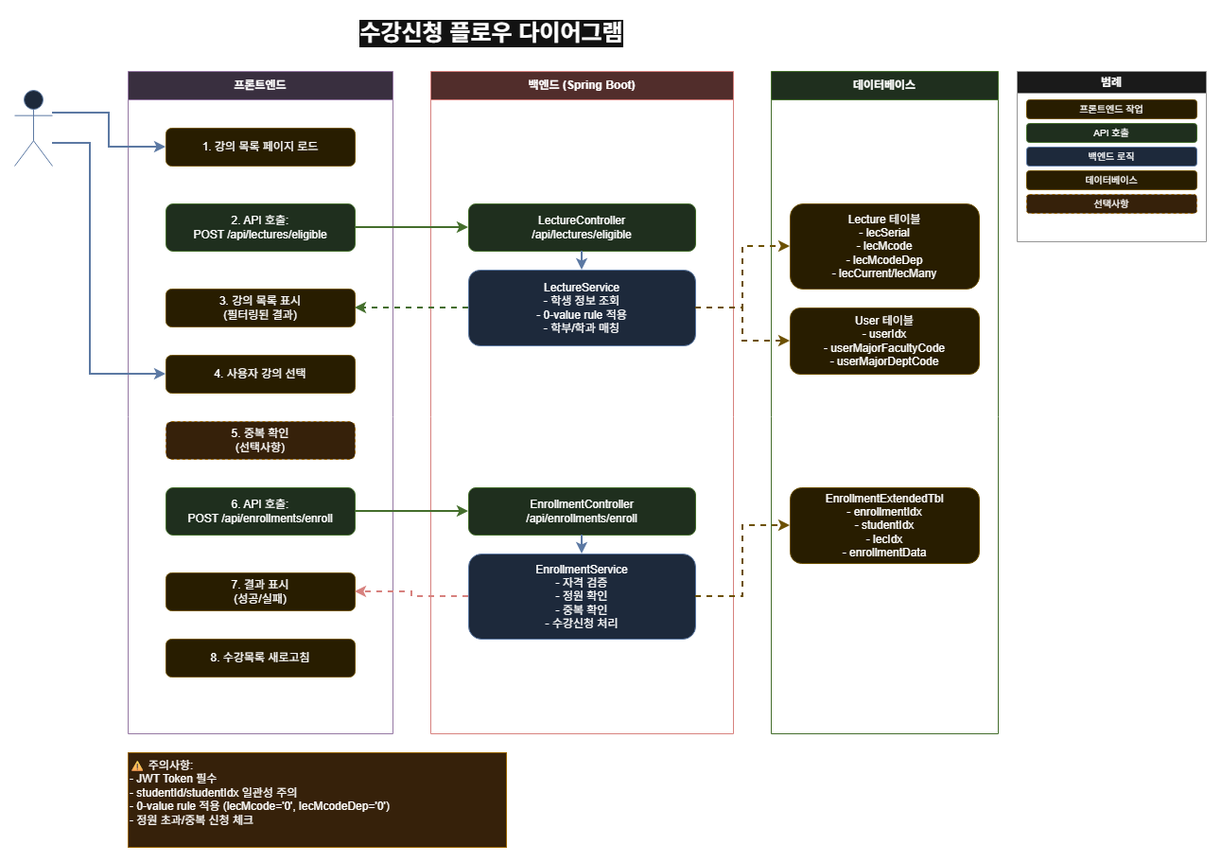
hooting76/blue-crab-lms keeps this draw.io diagram as backend/BlueCrab/docs/강의관련기능/수강신청/다이어그램/04-ENROLLMENT-FLOW.drawio.png. Above is the earlier version. Source tidied: cells renumbered, new cells last; positions are measured from the earlier drawing's top-left corner, leaving out a move shared by most shapes.
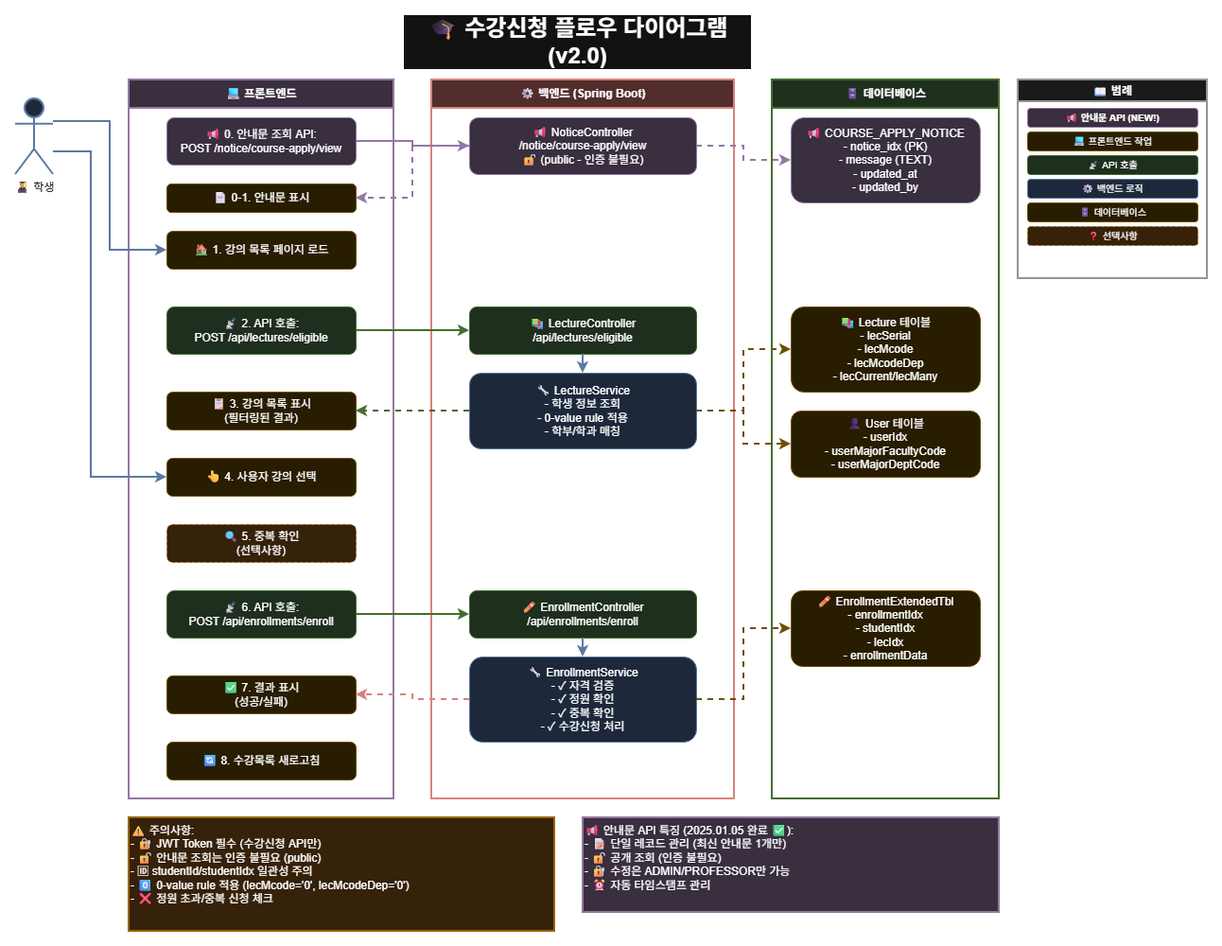
The same file after the commit.

Diff of the diagram source:
```diff
@@ -2,66 +2,87 @@
   <root>
     <mxCell id="0" />
     <mxCell id="1" parent="0" />
-    <mxCell id="2" value="수강신청 플로우 다이어그램" style="text;html=1;strokeColor=none;fillColor=none;align=center;verticalAlign=middle;whiteSpace=wrap;rounded=0;fontSize=24;fontStyle=1;labelBackgroundColor=default;" parent="1" vertex="1">
-      <mxGeometry x="320" width="369" height="40" as="geometry" />
+    <mxCell id="2" value="🎓 수강신청 플로우 다이어그램 (v2.0)" style="text;html=1;strokeColor=none;fillColor=none;align=center;verticalAlign=middle;whiteSpace=wrap;rounded=0;fontSize=24;fontStyle=1;labelBackgroundColor=default;" parent="1" vertex="1">
+      <mxGeometry x="410" width="369" height="40" as="geometry" />
     </mxCell>
-    <mxCell id="3" value="학생" style="shape=umlActor;verticalLabelPosition=bottom;verticalAlign=top;html=1;outlineConnect=0;fillColor=#dae8fc;strokeColor=#6c8ebf;" parent="1" vertex="1">
+    <mxCell id="3" value="👨‍🎓 학생" style="shape=umlActor;verticalLabelPosition=bottom;verticalAlign=top;html=1;outlineConnect=0;fillColor=#dae8fc;strokeColor=#6c8ebf;strokeWidth=2;fontColor=light-dark(#000000,#000000);" parent="1" vertex="1">
       <mxGeometry y="80" width="40" height="80" as="geometry" />
     </mxCell>
-    <mxCell id="4" value="프론트엔드" style="swimlane;whiteSpace=wrap;html=1;fillColor=#e1d5e7;strokeColor=#9673a6;startSize=30;" parent="1" vertex="1">
-      <mxGeometry x="120" y="60" width="280" height="700" as="geometry" />
+    <mxCell id="4" value="💻 프론트엔드" style="swimlane;whiteSpace=wrap;html=1;fillColor=#e1d5e7;strokeColor=#9673a6;startSize=30;strokeWidth=2;" parent="1" vertex="1">
+      <mxGeometry x="120" y="60" width="280" height="760" as="geometry" />
     </mxCell>
+    <mxCell id="40" value="📢 0. 안내문 조회 API:&#10;POST /notice/course-apply/view" style="rounded=1;whiteSpace=wrap;html=1;fillColor=#e1d5e7;strokeColor=#9673a6;" parent="4" vertex="1">
+      <mxGeometry x="40" y="40" width="200" height="50" as="geometry" />
+    </mxCell>
+    <mxCell id="41" value="📄 0-1. 안내문 표시" style="rounded=1;whiteSpace=wrap;html=1;fillColor=#fff2cc;strokeColor=#d6b656;" parent="4" vertex="1">
+      <mxGeometry x="40" y="110" width="200" height="30" as="geometry" />
+    </mxCell>
-    <mxCell id="5" value="1. 강의 목록 페이지 로드" style="rounded=1;whiteSpace=wrap;html=1;fillColor=#fff2cc;strokeColor=#d6b656;" parent="4" vertex="1">
-      <mxGeometry x="40" y="60" width="200" height="40" as="geometry" />
+    <mxCell id="5" value="🏠 1. 강의 목록 페이지 로드" style="rounded=1;whiteSpace=wrap;html=1;fillColor=#fff2cc;strokeColor=#d6b656;" parent="4" vertex="1">
+      <mxGeometry x="40" y="160" width="200" height="40" as="geometry" />
     </mxCell>
-    <mxCell id="6" value="2. API 호출:&#10;POST /api/lectures/eligible" style="rounded=1;whiteSpace=wrap;html=1;fillColor=#d5e8d4;strokeColor=#82b366;" parent="4" vertex="1">
-      <mxGeometry x="40" y="140" width="200" height="50" as="geometry" />
+    <mxCell id="6" value="📡 2. API 호출:&#10;POST /api/lectures/eligible" style="rounded=1;whiteSpace=wrap;html=1;fillColor=#d5e8d4;strokeColor=#82b366;" parent="4" vertex="1">
+      <mxGeometry x="40" y="240" width="200" height="50" as="geometry" />
     </mxCell>
-    <mxCell id="7" value="3. 강의 목록 표시&#10;(필터링된 결과)" style="rounded=1;whiteSpace=wrap;html=1;fillColor=#fff2cc;strokeColor=#d6b656;" parent="4" vertex="1">
-      <mxGeometry x="40" y="230" width="200" height="40" as="geometry" />
+    <mxCell id="7" value="📋 3. 강의 목록 표시&#10;(필터링된 결과)" style="rounded=1;whiteSpace=wrap;html=1;fillColor=#fff2cc;strokeColor=#d6b656;" parent="4" vertex="1">
+      <mxGeometry x="40" y="330" width="200" height="40" as="geometry" />
     </mxCell>
-    <mxCell id="8" value="4. 사용자 강의 선택" style="rounded=1;whiteSpace=wrap;html=1;fillColor=#fff2cc;strokeColor=#d6b656;" parent="4" vertex="1">
-      <mxGeometry x="40" y="300" width="200" height="40" as="geometry" />
+    <mxCell id="8" value="👆 4. 사용자 강의 선택" style="rounded=1;whiteSpace=wrap;html=1;fillColor=#fff2cc;strokeColor=#d6b656;" parent="4" vertex="1">
+      <mxGeometry x="40" y="400" width="200" height="40" as="geometry" />
     </mxCell>
-    <mxCell id="9" value="5. 중복 확인&#10;(선택사항)" style="rounded=1;whiteSpace=wrap;html=1;fillColor=#ffe6cc;strokeColor=#d79b00;dashed=1;" parent="4" vertex="1">
-      <mxGeometry x="40" y="370" width="200" height="40" as="geometry" />
+    <mxCell id="9" value="🔍 5. 중복 확인&#10;(선택사항)" style="rounded=1;whiteSpace=wrap;html=1;fillColor=#ffe6cc;strokeColor=#d79b00;dashed=1;" parent="4" vertex="1">
+      <mxGeometry x="40" y="470" width="200" height="40" as="geometry" />
     </mxCell>
-    <mxCell id="10" value="6. API 호출:&#10;POST /api/enrollments/enroll" style="rounded=1;whiteSpace=wrap;html=1;fillColor=#d5e8d4;strokeColor=#82b366;" parent="4" vertex="1">
-      <mxGeometry x="40" y="440" width="200" height="50" as="geometry" />
+    <mxCell id="10" value="📡 6. API 호출:&#10;POST /api/enrollments/enroll" style="rounded=1;whiteSpace=wrap;html=1;fillColor=#d5e8d4;strokeColor=#82b366;" parent="4" vertex="1">
+      <mxGeometry x="40" y="540" width="200" height="50" as="geometry" />
     </mxCell>
-    <mxCell id="11" value="7. 결과 표시&#10;(성공/실패)" style="rounded=1;whiteSpace=wrap;html=1;fillColor=#fff2cc;strokeColor=#d6b656;" parent="4" vertex="1">
-      <mxGeometry x="40" y="530" width="200" height="40" as="geometry" />
+    <mxCell id="11" value="✅ 7. 결과 표시&#10;(성공/실패)" style="rounded=1;whiteSpace=wrap;html=1;fillColor=#fff2cc;strokeColor=#d6b656;" parent="4" vertex="1">
+      <mxGeometry x="40" y="630" width="200" height="40" as="geometry" />
     </mxCell>
-    <mxCell id="12" value="8. 수강목록 새로고침" style="rounded=1;whiteSpace=wrap;html=1;fillColor=#fff2cc;strokeColor=#d6b656;" parent="4" vertex="1">
-      <mxGeometry x="40" y="600" width="200" height="40" as="geometry" />
+    <mxCell id="12" value="🔄 8. 수강목록 새로고침" style="rounded=1;whiteSpace=wrap;html=1;fillColor=#fff2cc;strokeColor=#d6b656;" parent="4" vertex="1">
+      <mxGeometry x="40" y="700" width="200" height="40" as="geometry" />
     </mxCell>
-    <mxCell id="13" value="백엔드 (Spring Boot)" style="swimlane;whiteSpace=wrap;html=1;fillColor=#f8cecc;strokeColor=#b85450;startSize=30;" parent="1" vertex="1">
-      <mxGeometry x="440" y="60" width="320" height="700" as="geometry" />
+    <mxCell id="13" value="⚙️ 백엔드 (Spring Boot)" style="swimlane;whiteSpace=wrap;html=1;fillColor=#f8cecc;strokeColor=#b85450;startSize=30;strokeWidth=2;" parent="1" vertex="1">
+      <mxGeometry x="440" y="60" width="320" height="760" as="geometry" />
     </mxCell>
+    <mxCell id="42" value="📢 NoticeController&#10;/notice/course-apply/view&#10;🔓 (public - 인증 불필요)" style="rounded=1;whiteSpace=wrap;html=1;fillColor=#e1d5e7;strokeColor=#9673a6;" parent="13" vertex="1">
+      <mxGeometry x="40" y="40" width="240" height="60" as="geometry" />
+    </mxCell>
-    <mxCell id="14" value="LectureController&#10;/api/lectures/eligible" style="rounded=1;whiteSpace=wrap;html=1;fillColor=#d5e8d4;strokeColor=#82b366;" parent="13" vertex="1">
-      <mxGeometry x="40" y="140" width="240" height="50" as="geometry" />
+    <mxCell id="14" value="📚 LectureController&#10;/api/lectures/eligible" style="rounded=1;whiteSpace=wrap;html=1;fillColor=#d5e8d4;strokeColor=#82b366;" parent="13" vertex="1">
+      <mxGeometry x="40" y="240" width="240" height="50" as="geometry" />
     </mxCell>
-    <mxCell id="15" value="LectureService&#10;- 학생 정보 조회&#10;- 0-value rule 적용&#10;- 학부/학과 매칭" style="rounded=1;whiteSpace=wrap;html=1;fillColor=#dae8fc;strokeColor=#6c8ebf;" parent="13" vertex="1">
-      <mxGeometry x="40" y="210" width="240" height="80" as="geometry" />
+    <mxCell id="15" value="🔧 LectureService&#10;- 학생 정보 조회&#10;- 0-value rule 적용&#10;- 학부/학과 매칭" style="rounded=1;whiteSpace=wrap;html=1;fillColor=#dae8fc;strokeColor=#6c8ebf;" parent="13" vertex="1">
+      <mxGeometry x="40" y="310" width="240" height="80" as="geometry" />
     </mxCell>
-    <mxCell id="16" value="EnrollmentController&#10;/api/enrollments/enroll" style="rounded=1;whiteSpace=wrap;html=1;fillColor=#d5e8d4;strokeColor=#82b366;" parent="13" vertex="1">
-      <mxGeometry x="40" y="440" width="240" height="50" as="geometry" />
+    <mxCell id="16" value="✏️ EnrollmentController&#10;/api/enrollments/enroll" style="rounded=1;whiteSpace=wrap;html=1;fillColor=#d5e8d4;strokeColor=#82b366;" parent="13" vertex="1">
+      <mxGeometry x="40" y="540" width="240" height="50" as="geometry" />
     </mxCell>
-    <mxCell id="17" value="EnrollmentService&#10;- 자격 검증&#10;- 정원 확인&#10;- 중복 확인&#10;- 수강신청 처리" style="rounded=1;whiteSpace=wrap;html=1;fillColor=#dae8fc;strokeColor=#6c8ebf;" parent="13" vertex="1">
-      <mxGeometry x="40" y="510" width="240" height="90" as="geometry" />
+    <mxCell id="17" value="🔧 EnrollmentService&#10;- ✓ 자격 검증&#10;- ✓ 정원 확인&#10;- ✓ 중복 확인&#10;- ✓ 수강신청 처리" style="rounded=1;whiteSpace=wrap;html=1;fillColor=#dae8fc;strokeColor=#6c8ebf;" parent="13" vertex="1">
+      <mxGeometry x="40" y="610" width="240" height="90" as="geometry" />
     </mxCell>
-    <mxCell id="18" value="데이터베이스" style="swimlane;whiteSpace=wrap;html=1;fillColor=#d5e8d4;strokeColor=#82b366;startSize=30;" parent="1" vertex="1">
-      <mxGeometry x="800" y="60" width="240" height="700" as="geometry" />
+    <mxCell id="18" value="🗄️ 데이터베이스" style="swimlane;whiteSpace=wrap;html=1;fillColor=#d5e8d4;strokeColor=#82b366;startSize=30;strokeWidth=2;" parent="1" vertex="1">
+      <mxGeometry x="800" y="60" width="240" height="760" as="geometry" />
     </mxCell>
+    <mxCell id="43" value="📢 COURSE_APPLY_NOTICE&#10;- notice_idx (PK)&#10;- message (TEXT)&#10;- updated_at&#10;- updated_by" style="rounded=1;whiteSpace=wrap;html=1;fillColor=#e1d5e7;strokeColor=#9673a6;" parent="18" vertex="1">
+      <mxGeometry x="20" y="40" width="200" height="90" as="geometry" />
+    </mxCell>
-    <mxCell id="19" value="Lecture 테이블&#10;- lecSerial&#10;- lecMcode&#10;- lecMcodeDep&#10;- lecCurrent/lecMany" style="rounded=1;whiteSpace=wrap;html=1;fillColor=#fff2cc;strokeColor=#d6b656;" parent="18" vertex="1">
-      <mxGeometry x="20" y="140" width="200" height="90" as="geometry" />
+    <mxCell id="19" value="📚 Lecture 테이블&#10;- lecSerial&#10;- lecMcode&#10;- lecMcodeDep&#10;- lecCurrent/lecMany" style="rounded=1;whiteSpace=wrap;html=1;fillColor=#fff2cc;strokeColor=#d6b656;" parent="18" vertex="1">
+      <mxGeometry x="20" y="240" width="200" height="90" as="geometry" />
     </mxCell>
-    <mxCell id="20" value="User 테이블&#10;- userIdx&#10;- userMajorFacultyCode&#10;- userMajorDeptCode" style="rounded=1;whiteSpace=wrap;html=1;fillColor=#fff2cc;strokeColor=#d6b656;" parent="18" vertex="1">
-      <mxGeometry x="20" y="250" width="200" height="70" as="geometry" />
+    <mxCell id="20" value="👤 User 테이블&#10;- userIdx&#10;- userMajorFacultyCode&#10;- userMajorDeptCode" style="rounded=1;whiteSpace=wrap;html=1;fillColor=#fff2cc;strokeColor=#d6b656;" parent="18" vertex="1">
+      <mxGeometry x="20" y="350" width="200" height="70" as="geometry" />
     </mxCell>
-    <mxCell id="21" value="EnrollmentExtendedTbl&#10;- enrollmentIdx&#10;- studentIdx&#10;- lecIdx&#10;- enrollmentData" style="rounded=1;whiteSpace=wrap;html=1;fillColor=#fff2cc;strokeColor=#d6b656;" parent="18" vertex="1">
-      <mxGeometry x="20" y="440" width="200" height="80" as="geometry" />
+    <mxCell id="21" value="✏️ EnrollmentExtendedTbl&#10;- enrollmentIdx&#10;- studentIdx&#10;- lecIdx&#10;- enrollmentData" style="rounded=1;whiteSpace=wrap;html=1;fillColor=#fff2cc;strokeColor=#d6b656;" parent="18" vertex="1">
+      <mxGeometry x="20" y="540" width="200" height="80" as="geometry" />
     </mxCell>
+    <mxCell id="44" style="edgeStyle=orthogonalEdgeStyle;rounded=0;jettySize=auto;html=1;exitX=1;exitY=0.5;exitDx=0;exitDy=0;entryX=0;entryY=0.5;entryDx=0;entryDy=0;strokeWidth=2;fillColor=#e1d5e7;strokeColor=#9673a6;" parent="1" edge="1" source="40" target="42">
+      <mxGeometry relative="1" as="geometry" />
+    </mxCell>
+    <mxCell id="45" style="edgeStyle=orthogonalEdgeStyle;rounded=0;jettySize=auto;html=1;exitX=1;exitY=0.5;exitDx=0;exitDy=0;entryX=0;entryY=0.5;entryDx=0;entryDy=0;strokeWidth=2;dashed=1;fillColor=#e1d5e7;strokeColor=#9673a6;" parent="1" edge="1" source="42" target="43">
+      <mxGeometry relative="1" as="geometry" />
+    </mxCell>
+    <mxCell id="46" style="edgeStyle=orthogonalEdgeStyle;rounded=0;jettySize=auto;html=1;exitX=0;exitY=0.5;exitDx=0;exitDy=0;entryX=1;entryY=0.5;entryDx=0;entryDy=0;strokeWidth=2;fillColor=#e1d5e7;strokeColor=#9673a6;dashed=1;" parent="1" edge="1" source="42" target="41">
+      <mxGeometry relative="1" as="geometry" />
+    </mxCell>
     <mxCell id="22" style="edgeStyle=orthogonalEdgeStyle;rounded=0;jettySize=auto;html=1;exitX=1;exitY=0.5;exitDx=0;exitDy=0;entryX=0;entryY=0.5;entryDx=0;entryDy=0;strokeWidth=2;fillColor=#d5e8d4;strokeColor=#82b366;" parent="1" edge="1" source="6" target="14">
       <mxGeometry relative="1" as="geometry" />
     </mxCell>
@@ -96,30 +117,36 @@
       <mxGeometry relative="1" as="geometry">
         <Array as="points">
           <mxPoint x="80" y="136" />
-          <mxPoint x="80" y="380" />
+          <mxPoint x="80" y="480" />
         </Array>
       </mxGeometry>
     </mxCell>
-    <mxCell id="33" value="범례" style="swimlane;whiteSpace=wrap;html=1;fillColor=#f5f5f5;strokeColor=#666666;fontStyle=1;" parent="1" vertex="1">
-      <mxGeometry x="1060" y="60" width="200" height="180" as="geometry" />
+    <mxCell id="33" value="📖 범례" style="swimlane;whiteSpace=wrap;html=1;fillColor=#f5f5f5;strokeColor=#666666;fontStyle=1;strokeWidth=2;" parent="1" vertex="1">
+      <mxGeometry x="1060" y="60" width="200" height="210" as="geometry" />
     </mxCell>
+    <mxCell id="47" value="📢 안내문 API (NEW!)" style="rounded=1;whiteSpace=wrap;html=1;fillColor=#e1d5e7;strokeColor=#9673a6;fontSize=10;fontStyle=1;" parent="33" vertex="1">
+      <mxGeometry x="10" y="30" width="180" height="20" as="geometry" />
+    </mxCell>
-    <mxCell id="34" value="프론트엔드 작업" style="rounded=1;whiteSpace=wrap;html=1;fillColor=#fff2cc;strokeColor=#d6b656;fontSize=10;" parent="33" vertex="1">
-      <mxGeometry x="10" y="30" width="180" height="20" as="geometry" />
+    <mxCell id="34" value="💻 프론트엔드 작업" style="rounded=1;whiteSpace=wrap;html=1;fillColor=#fff2cc;strokeColor=#d6b656;fontSize=10;" parent="33" vertex="1">
+      <mxGeometry x="10" y="55" width="180" height="20" as="geometry" />
     </mxCell>
-    <mxCell id="35" value="API 호출" style="rounded=1;whiteSpace=wrap;html=1;fillColor=#d5e8d4;strokeColor=#82b366;fontSize=10;" parent="33" vertex="1">
-      <mxGeometry x="10" y="55" width="180" height="20" as="geometry" />
+    <mxCell id="35" value="📡 API 호출" style="rounded=1;whiteSpace=wrap;html=1;fillColor=#d5e8d4;strokeColor=#82b366;fontSize=10;" parent="33" vertex="1">
+      <mxGeometry x="10" y="80" width="180" height="20" as="geometry" />
     </mxCell>
-    <mxCell id="36" value="백엔드 로직" style="rounded=1;whiteSpace=wrap;html=1;fillColor=#dae8fc;strokeColor=#6c8ebf;fontSize=10;" parent="33" vertex="1">
-      <mxGeometry x="10" y="80" width="180" height="20" as="geometry" />
+    <mxCell id="36" value="⚙️ 백엔드 로직" style="rounded=1;whiteSpace=wrap;html=1;fillColor=#dae8fc;strokeColor=#6c8ebf;fontSize=10;" parent="33" vertex="1">
+      <mxGeometry x="10" y="105" width="180" height="20" as="geometry" />
     </mxCell>
-    <mxCell id="37" value="데이터베이스" style="rounded=1;whiteSpace=wrap;html=1;fillColor=#fff2cc;strokeColor=#d6b656;fontSize=10;" parent="33" vertex="1">
-      <mxGeometry x="10" y="105" width="180" height="20" as="geometry" />
+    <mxCell id="37" value="🗄️ 데이터베이스" style="rounded=1;whiteSpace=wrap;html=1;fillColor=#fff2cc;strokeColor=#d6b656;fontSize=10;" parent="33" vertex="1">
+      <mxGeometry x="10" y="130" width="180" height="20" as="geometry" />
     </mxCell>
-    <mxCell id="38" value="선택사항" style="rounded=1;whiteSpace=wrap;html=1;fillColor=#ffe6cc;strokeColor=#d79b00;dashed=1;fontSize=10;" parent="33" vertex="1">
-      <mxGeometry x="10" y="130" width="180" height="20" as="geometry" />
+    <mxCell id="38" value="❓ 선택사항" style="rounded=1;whiteSpace=wrap;html=1;fillColor=#ffe6cc;strokeColor=#d79b00;dashed=1;fontSize=10;" parent="33" vertex="1">
+      <mxGeometry x="10" y="155" width="180" height="20" as="geometry" />
     </mxCell>
-    <mxCell id="39" value="⚠️ 주의사항:&#10;- JWT Token 필수&#10;- studentId/studentIdx 일관성 주의&#10;- 0-value rule 적용 (lecMcode='0', lecMcodeDep='0')&#10;- 정원 초과/중복 신청 체크" style="rounded=0;whiteSpace=wrap;html=1;fillColor=#ffe6cc;strokeColor=#d79b00;align=left;verticalAlign=top;" parent="1" vertex="1">
-      <mxGeometry x="120" y="780" width="400" height="100" as="geometry" />
+    <mxCell id="39" value="⚠️ 주의사항:&#10;- 🔐 JWT Token 필수 (수강신청 API만)&#10;- 🔓 안내문 조회는 인증 불필요 (public)&#10;- 🆔 studentId/studentIdx 일관성 주의&#10;- 0️⃣ 0-value rule 적용 (lecMcode='0', lecMcodeDep='0')&#10;- ❌ 정원 초과/중복 신청 체크" style="rounded=0;whiteSpace=wrap;html=1;fillColor=#ffe6cc;strokeColor=#d79b00;align=left;verticalAlign=top;strokeWidth=2;" parent="1" vertex="1">
+      <mxGeometry x="120" y="840" width="450" height="120" as="geometry" />
     </mxCell>
+    <mxCell id="48" value="📢 안내문 API 특징 (2025.01.05 완료 ✅):&#10;- 📝 단일 레코드 관리 (최신 안내문 1개만)&#10;- 🔓 공개 조회 (인증 불필요)&#10;- 🔐 수정은 ADMIN/PROFESSOR만 가능&#10;- ⏰ 자동 타임스탬프 관리" style="rounded=0;whiteSpace=wrap;html=1;fillColor=#e1d5e7;strokeColor=#9673a6;align=left;verticalAlign=top;strokeWidth=2;" parent="1" vertex="1">
+      <mxGeometry x="600" y="840" width="440" height="100" as="geometry" />
+    </mxCell>
   </root>
 </mxGraphModel>
```
